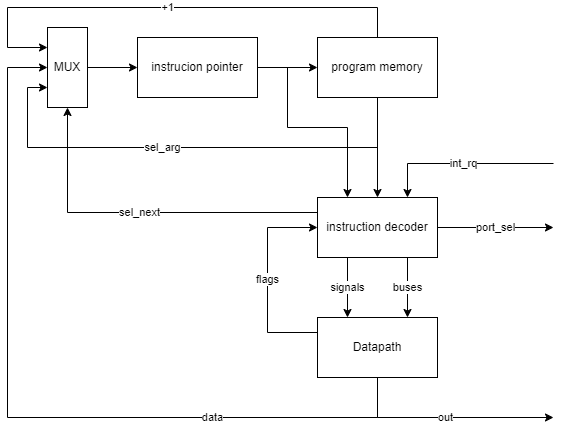
Above: control_unit.png in ivandemidov04/ak-lab-3 (draw.io), before the change. Source tidied: cells renumbered, new cells last; positions are measured from the earlier drawing's top-left corner, leaving out a move shared by most shapes. The source it was exported from:
```xml
<mxGraphModel>
  <root>
    <mxCell id="0" />
    <mxCell id="1" parent="0" />
    <mxCell id="2" value="instrucion pointer" style="rounded=0;whiteSpace=wrap;html=1;" parent="1" vertex="1">
      <mxGeometry x="130" y="30" width="120" height="60" as="geometry" />
    </mxCell>
    <mxCell id="3" value="program memory" style="rounded=0;whiteSpace=wrap;html=1;" parent="1" vertex="1">
      <mxGeometry x="310" y="30" width="120" height="60" as="geometry" />
    </mxCell>
    <mxCell id="4" value="MUX" style="rounded=0;whiteSpace=wrap;html=1;" parent="1" vertex="1">
      <mxGeometry x="40" y="20" width="40" height="80" as="geometry" />
    </mxCell>
    <mxCell id="5" value="Datapath" style="rounded=0;whiteSpace=wrap;html=1;" parent="1" vertex="1">
      <mxGeometry x="310" y="310" width="120" height="60" as="geometry" />
    </mxCell>
    <mxCell id="6" value="instruction decoder" style="rounded=0;whiteSpace=wrap;html=1;" parent="1" vertex="1">
      <mxGeometry x="310" y="190" width="120" height="60" as="geometry" />
    </mxCell>
    <mxCell id="7" value="signals" style="endArrow=classic;html=1;rounded=0;entryX=0.25;entryY=0;entryDx=0;entryDy=0;exitX=0.25;exitY=1;exitDx=0;exitDy=0;" parent="1" edge="1" source="6" target="5">
      <mxGeometry relative="1" as="geometry" />
    </mxCell>
    <mxCell id="8" value="buses" style="endArrow=classic;html=1;rounded=0;entryX=0.75;entryY=0;entryDx=0;entryDy=0;exitX=0.75;exitY=1;exitDx=0;exitDy=0;" parent="1" edge="1" source="6" target="5">
      <mxGeometry relative="1" as="geometry" />
    </mxCell>
    <mxCell id="9" value="flags" style="endArrow=classic;html=1;rounded=0;exitX=0;exitY=0.25;exitDx=0;exitDy=0;entryX=0;entryY=0.5;entryDx=0;entryDy=0;" parent="1" edge="1" source="5" target="6">
      <mxGeometry relative="1" as="geometry">
        <Array as="points">
          <mxPoint x="260" y="325" />
          <mxPoint x="260" y="220" />
        </Array>
      </mxGeometry>
    </mxCell>
    <mxCell id="10" style="endArrow=classic;html=1;rounded=0;exitX=0.5;exitY=1;exitDx=0;exitDy=0;entryX=0.5;entryY=0;entryDx=0;entryDy=0;" parent="1" edge="1" source="3" target="6">
      <mxGeometry relative="1" as="geometry" />
    </mxCell>
    <mxCell id="11" style="endArrow=classic;html=1;rounded=0;exitX=1;exitY=0.5;exitDx=0;exitDy=0;entryX=0;entryY=0.5;entryDx=0;entryDy=0;" parent="1" edge="1" source="2" target="3">
      <mxGeometry relative="1" as="geometry" />
    </mxCell>
    <mxCell id="12" style="endArrow=classic;html=1;rounded=0;exitX=1;exitY=0.5;exitDx=0;exitDy=0;entryX=0.25;entryY=0;entryDx=0;entryDy=0;" parent="1" edge="1" source="2" target="6">
      <mxGeometry relative="1" as="geometry">
        <Array as="points">
          <mxPoint x="280" y="60" />
          <mxPoint x="280" y="120" />
          <mxPoint x="340" y="120" />
        </Array>
      </mxGeometry>
    </mxCell>
    <mxCell id="13" style="endArrow=classic;html=1;rounded=0;exitX=1;exitY=0.5;exitDx=0;exitDy=0;entryX=0;entryY=0.5;entryDx=0;entryDy=0;" parent="1" edge="1" source="4" target="2">
      <mxGeometry relative="1" as="geometry" />
    </mxCell>
    <mxCell id="14" value="+1" style="endArrow=classic;html=1;rounded=0;exitX=0.5;exitY=0;exitDx=0;exitDy=0;entryX=0;entryY=0.25;entryDx=0;entryDy=0;" parent="1" edge="1" source="3" target="4">
      <mxGeometry relative="1" as="geometry">
        <Array as="points">
          <mxPoint x="370" />
          <mxPoint />
          <mxPoint y="40" />
        </Array>
      </mxGeometry>
    </mxCell>
    <mxCell id="15" value="sel_next" style="endArrow=classic;html=1;rounded=0;exitX=0;exitY=0.25;exitDx=0;exitDy=0;entryX=0.5;entryY=1;entryDx=0;entryDy=0;" parent="1" edge="1" source="6" target="4">
      <mxGeometry relative="1" as="geometry">
        <Array as="points">
          <mxPoint x="60" y="205" />
        </Array>
      </mxGeometry>
    </mxCell>
    <mxCell id="16" value="sel_arg" style="endArrow=classic;html=1;rounded=0;entryX=0;entryY=0.75;entryDx=0;entryDy=0;" parent="1" edge="1" target="4">
      <mxGeometry relative="1" as="geometry">
        <mxPoint x="370" y="140" as="sourcePoint" />
        <Array as="points">
          <mxPoint x="20" y="140" />
          <mxPoint x="20" y="80" />
        </Array>
      </mxGeometry>
    </mxCell>
    <mxCell id="17" style="endArrow=classic;html=1;rounded=0;entryX=0;entryY=0.5;entryDx=0;entryDy=0;" parent="1" edge="1" target="4">
      <mxGeometry relative="1" as="geometry">
        <mxPoint y="410" as="sourcePoint" />
        <Array as="points">
          <mxPoint y="60" />
        </Array>
      </mxGeometry>
    </mxCell>
    <mxCell id="18" value="data" style="endArrow=none;html=1;rounded=0;exitX=0.5;exitY=1;exitDx=0;exitDy=0;" parent="1" edge="1" source="5">
      <mxGeometry relative="1" as="geometry">
        <mxPoint y="410" as="targetPoint" />
        <Array as="points">
          <mxPoint x="370" y="410" />
        </Array>
      </mxGeometry>
    </mxCell>
    <mxCell id="19" value="int_rq" style="endArrow=classic;html=1;rounded=0;entryX=0.75;entryY=0;entryDx=0;entryDy=0;" parent="1" edge="1" target="6">
      <mxGeometry relative="1" as="geometry">
        <mxPoint x="546" y="156" as="sourcePoint" />
        <Array as="points">
          <mxPoint x="400" y="156" />
        </Array>
      </mxGeometry>
    </mxCell>
    <mxCell id="20" value="out" style="endArrow=classic;html=1;rounded=0;exitX=0.5;exitY=1;exitDx=0;exitDy=0;" parent="1" edge="1" source="5">
      <mxGeometry relative="1" as="geometry">
        <mxPoint x="546" y="410" as="targetPoint" />
        <Array as="points">
          <mxPoint x="370" y="410" />
        </Array>
      </mxGeometry>
    </mxCell>
    <mxCell id="21" value="port_sel" style="endArrow=classic;html=1;rounded=0;exitX=1;exitY=0.5;exitDx=0;exitDy=0;" parent="1" edge="1" source="6">
      <mxGeometry relative="1" as="geometry">
        <mxPoint x="546" y="220" as="targetPoint" />
      </mxGeometry>
    </mxCell>
  </root>
</mxGraphModel>
```
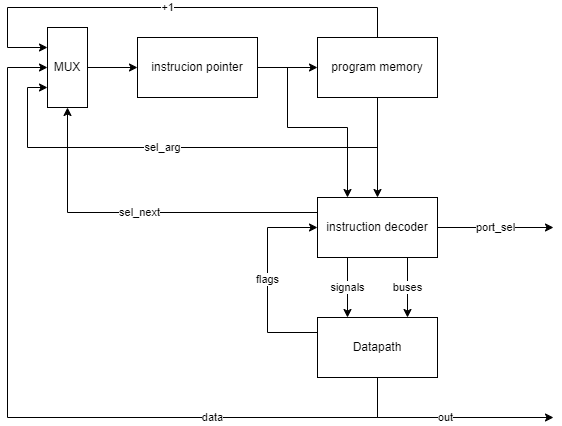
The same file after the commit.

What changed in the source:
```diff
@@ -90,14 +90,6 @@
         </Array>
       </mxGeometry>
     </mxCell>
-    <mxCell id="19" value="int_rq" style="endArrow=classic;html=1;rounded=0;entryX=0.75;entryY=0;entryDx=0;entryDy=0;" parent="1" edge="1" target="6">
-      <mxGeometry relative="1" as="geometry">
-        <mxPoint x="546" y="156" as="sourcePoint" />
-        <Array as="points">
-          <mxPoint x="400" y="156" />
-        </Array>
-      </mxGeometry>
-    </mxCell>
     <mxCell id="20" value="out" style="endArrow=classic;html=1;rounded=0;exitX=0.5;exitY=1;exitDx=0;exitDy=0;" parent="1" edge="1" source="5">
       <mxGeometry relative="1" as="geometry">
         <mxPoint x="546" y="410" as="targetPoint" />
```
